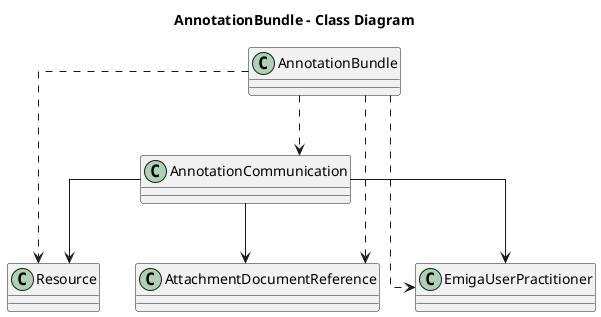
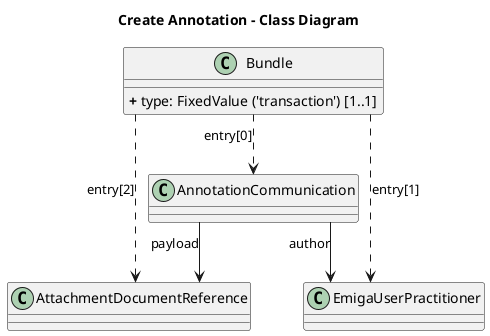
@startuml
skinparam linetype ortho

- title AnnotationBundle - Class Diagram
+ title Create Annotation - Class Diagram

- class AnnotationBundle{
+ class Bundle{
+     <b>+</b> type: FixedValue ('transaction') [1..1]
}
class AnnotationCommunication{
- }
- class Resource {
}
class AttachmentDocumentReference {
}
class EmigaUserPractitioner {
}

- AnnotationCommunication --> EmigaUserPractitioner
- AnnotationCommunication --> AttachmentDocumentReference
- AnnotationCommunication --> Resource
+ AnnotationCommunication --> EmigaUserPractitioner : author
+ AnnotationCommunication --> AttachmentDocumentReference : payload

- AnnotationBundle ..> AnnotationCommunication
- AnnotationBundle ..> EmigaUserPractitioner
- AnnotationBundle ..> AttachmentDocumentReference
- AnnotationBundle ..> Resource
+ Bundle ..> AnnotationCommunication : entry[0]
+ Bundle ..> EmigaUserPractitioner : entry[1]
+ Bundle ..> AttachmentDocumentReference : entry[2]

@enduml